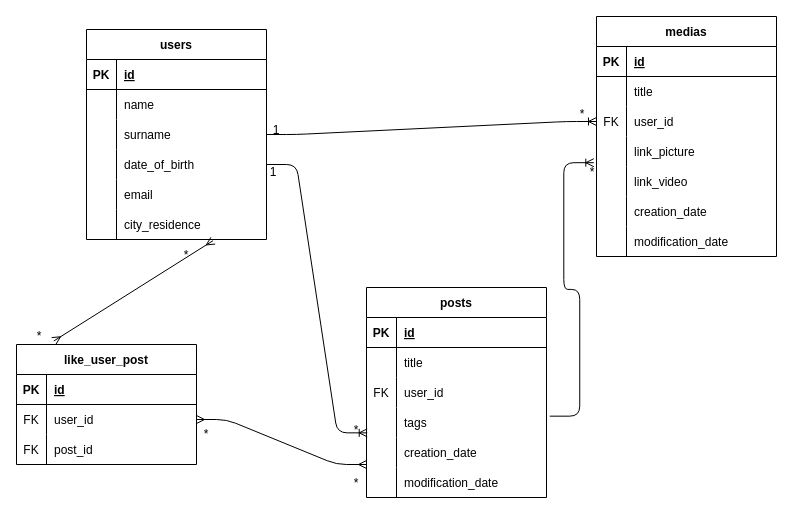
danieledisco/social-platform keeps this draw.io diagram as schema.drawio. Above is the earlier version. Source tidied: cells renumbered, new cells numbered last; positions are measured from the earlier drawing's top-left corner, leaving out a move shared by most shapes. Both pictures are drawn from the tidied source at 100%, with x=0, y=0 at pixel (16, 16).
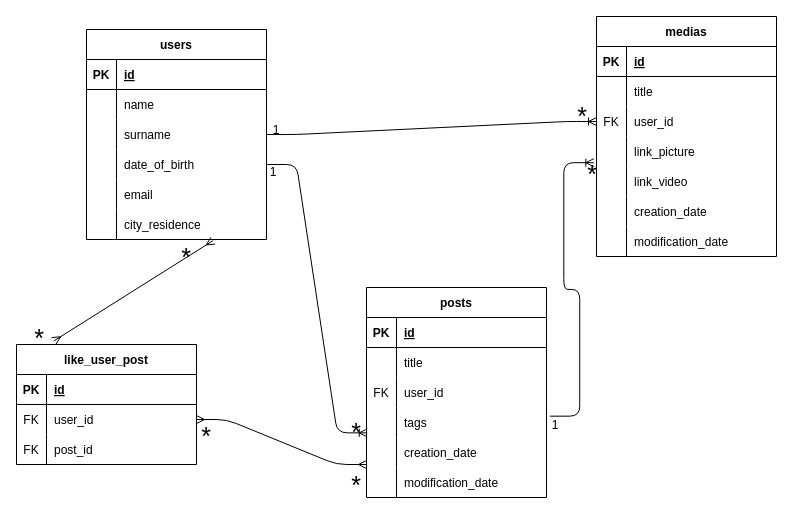
The same diagram, later.

Diff of the diagram source:
```diff
@@
-    <mxCell id="79" value="*" style="text;strokeColor=none;fillColor=none;spacingLeft=4;spacingRight=4;overflow=hidden;fontSize=12;align=center;verticalAlign=middle;" parent="1" vertex="1">
+    <mxCell id="79" value="*" style="text;strokeColor=none;fillColor=none;spacingLeft=4;spacingRight=4;overflow=hidden;fontSize=25;align=center;verticalAlign=middle;" parent="1" vertex="1">
       <mxGeometry x="546" y="82" width="40" height="30" as="geometry" />
     </mxCell>
-    <mxCell id="80" value="*" style="text;strokeColor=none;fillColor=none;spacingLeft=4;spacingRight=4;overflow=hidden;fontSize=12;align=center;verticalAlign=middle;" parent="1" vertex="1">
+    <mxCell id="80" value="*" style="text;strokeColor=none;fillColor=none;spacingLeft=4;spacingRight=4;overflow=hidden;fontSize=25;align=center;verticalAlign=middle;" parent="1" vertex="1">
       <mxGeometry x="556" y="140" width="40" height="30" as="geometry" />
     </mxCell>
-    <mxCell id="81" value="*" style="text;strokeColor=none;fillColor=none;spacingLeft=4;spacingRight=4;overflow=hidden;fontSize=12;align=center;verticalAlign=middle;" parent="1" vertex="1">
+    <mxCell id="81" value="*" style="text;strokeColor=none;fillColor=none;spacingLeft=4;spacingRight=4;overflow=hidden;fontSize=25;align=center;verticalAlign=middle;" parent="1" vertex="1">
       <mxGeometry x="320" y="451" width="40" height="30" as="geometry" />
     </mxCell>
-    <mxCell id="82" value="*" style="text;strokeColor=none;fillColor=none;spacingLeft=4;spacingRight=4;overflow=hidden;fontSize=12;align=center;verticalAlign=middle;" parent="1" vertex="1">
+    <mxCell id="82" value="*" style="text;strokeColor=none;fillColor=none;spacingLeft=4;spacingRight=4;overflow=hidden;fontSize=25;align=center;verticalAlign=middle;" parent="1" vertex="1">
       <mxGeometry x="320" y="398" width="40" height="30" as="geometry" />
     </mxCell>
-    <mxCell id="83" value="*" style="text;strokeColor=none;fillColor=none;spacingLeft=4;spacingRight=4;overflow=hidden;fontSize=12;align=center;verticalAlign=middle;" parent="1" vertex="1">
+    <mxCell id="83" value="*" style="text;strokeColor=none;fillColor=none;spacingLeft=4;spacingRight=4;overflow=hidden;fontSize=25;align=center;verticalAlign=middle;" parent="1" vertex="1">
       <mxGeometry x="170" y="402" width="40" height="30" as="geometry" />
     </mxCell>
-    <mxCell id="84" value="*" style="text;strokeColor=none;fillColor=none;spacingLeft=4;spacingRight=4;overflow=hidden;fontSize=12;align=center;verticalAlign=middle;" parent="1" vertex="1">
+    <mxCell id="84" value="*" style="text;strokeColor=none;fillColor=none;spacingLeft=4;spacingRight=4;overflow=hidden;fontSize=25;align=center;verticalAlign=middle;" parent="1" vertex="1">
       <mxGeometry x="3" y="304" width="40" height="30" as="geometry" />
     </mxCell>
-    <mxCell id="85" value="*" style="text;strokeColor=none;fillColor=none;spacingLeft=4;spacingRight=4;overflow=hidden;fontSize=12;align=center;verticalAlign=middle;" parent="1" vertex="1">
+    <mxCell id="85" value="*" style="text;strokeColor=none;fillColor=none;spacingLeft=4;spacingRight=4;overflow=hidden;fontSize=25;align=center;verticalAlign=middle;" parent="1" vertex="1">
       <mxGeometry x="150" y="223" width="40" height="30" as="geometry" />
     </mxCell>
+    <mxCell id="86" value="1" style="text;strokeColor=none;fillColor=none;spacingLeft=4;spacingRight=4;overflow=hidden;fontSize=12;align=center;verticalAlign=middle;" parent="1" vertex="1">
+      <mxGeometry x="519" y="393" width="40" height="30" as="geometry" />
+    </mxCell>
```
